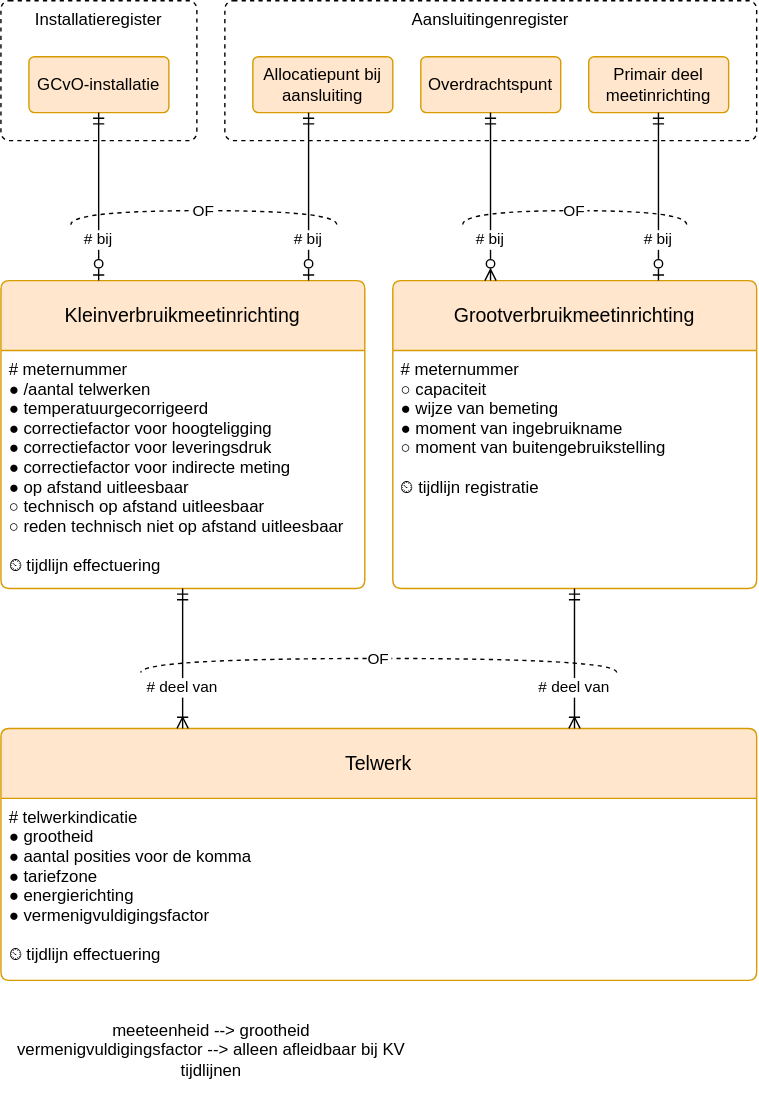
Above: registers/meetinrichtingenregister/1.4/meetinrichtingenregister.drawio.svg in Netbeheer-Nederland/stelsel (draw.io), before the change. Source tidied: cells renumbered, new cells last; positions are measured from the earlier drawing's top-left corner, leaving out a move shared by most shapes.
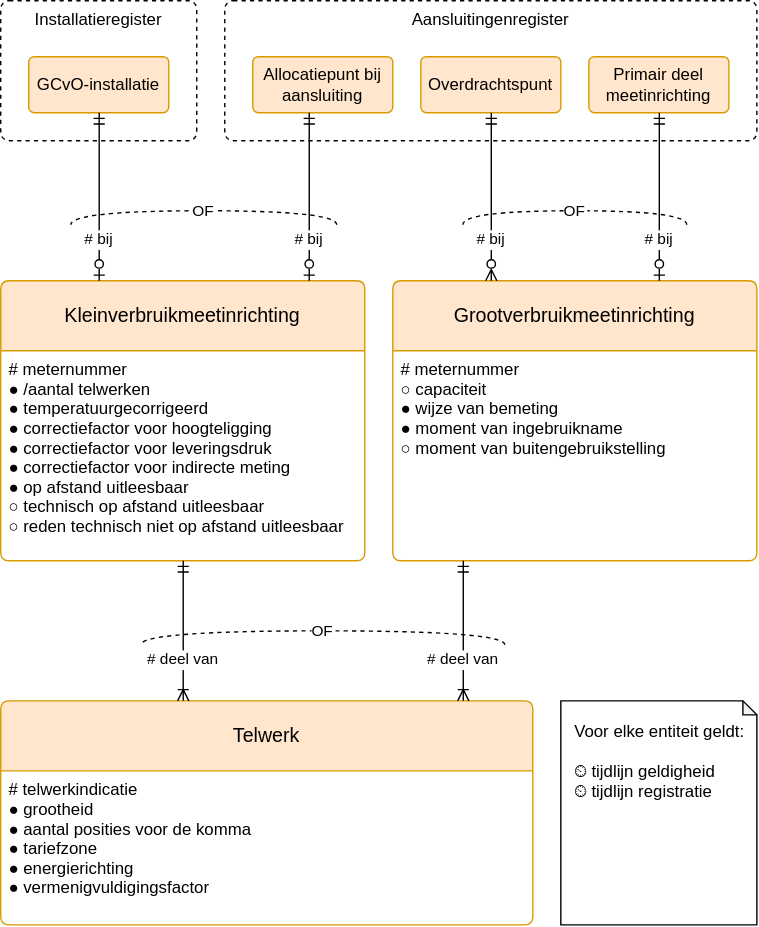
After the commit.

What changed in the source:
```diff
@@ -6,16 +6,16 @@
       <mxGeometry x="160" width="380" height="100" as="geometry" />
     </mxCell>
     <mxCell id="3" value="Kleinverbruikmeetinrichting" style="swimlane;horizontal=1;startSize=50;rounded=1;fontSize=14;fontStyle=0;strokeWidth=1;shadow=0;dashed=0;align=center;fillColor=#ffe6cc;strokeColor=#d79b00;arcSize=4;whiteSpace=wrap;" parent="1" vertex="1">
-      <mxGeometry y="200" width="260" height="220" as="geometry" />
+      <mxGeometry y="200" width="260" height="200" as="geometry" />
     </mxCell>
-    <mxCell id="4" value="# meternummer&#10;● /aantal telwerken&#10;● temperatuurgecorrigeerd&#10;● correctiefactor voor hoogteligging&#10;● correctiefactor voor leveringsdruk&#10;● correctiefactor voor indirecte meting&#10;● op afstand uitleesbaar&#10;○ technisch op afstand uitleesbaar&#10;○ reden technisch niet op afstand uitleesbaar&#10;&#10;⏲ tijdlijn effectuering" style="align=left;strokeColor=none;fillColor=none;spacingLeft=4;fontSize=12;verticalAlign=top;fontStyle=0;" parent="3" vertex="1">
-      <mxGeometry y="50" width="260" height="170" as="geometry" />
+    <mxCell id="4" value="# meternummer&#10;● /aantal telwerken&#10;● temperatuurgecorrigeerd&#10;● correctiefactor voor hoogteligging&#10;● correctiefactor voor leveringsdruk&#10;● correctiefactor voor indirecte meting&#10;● op afstand uitleesbaar&#10;○ technisch op afstand uitleesbaar&#10;○ reden technisch niet op afstand uitleesbaar" style="align=left;strokeColor=none;fillColor=none;spacingLeft=4;fontSize=12;verticalAlign=top;fontStyle=0;" parent="3" vertex="1">
+      <mxGeometry y="50" width="260" height="150" as="geometry" />
     </mxCell>
     <mxCell id="5" value="Telwerk" style="swimlane;horizontal=1;startSize=50;rounded=1;fontSize=14;fontStyle=0;strokeWidth=1;shadow=0;dashed=0;align=center;fillColor=#ffe6cc;strokeColor=#d79b00;arcSize=4;whiteSpace=wrap;" parent="1" vertex="1">
-      <mxGeometry y="520" width="540" height="180" as="geometry" />
+      <mxGeometry y="500" width="380" height="160" as="geometry" />
     </mxCell>
-    <mxCell id="6" value="# telwerkindicatie&#10;● grootheid&#10;● aantal posities voor de komma&#10;● tariefzone&#10;● energierichting&#10;● vermenigvuldigingsfactor&#10;&#10;⏲ tijdlijn effectuering" style="align=left;strokeColor=none;fillColor=none;spacingLeft=4;fontSize=12;verticalAlign=top;fontStyle=0;" parent="5" vertex="1">
-      <mxGeometry y="50" width="540" height="130" as="geometry" />
+    <mxCell id="6" value="# telwerkindicatie&#10;● grootheid&#10;● aantal posities voor de komma&#10;● tariefzone&#10;● energierichting&#10;● vermenigvuldigingsfactor" style="align=left;strokeColor=none;fillColor=none;spacingLeft=4;fontSize=12;verticalAlign=top;fontStyle=0;" parent="5" vertex="1">
+      <mxGeometry y="50" width="380" height="110" as="geometry" />
     </mxCell>
     <mxCell id="7" value="# deel van" style="fontSize=11;endArrow=ERoneToMany;startArrow=ERmandOne;rounded=0;endFill=0;fontStyle=0;align=center;startFill=0;edgeStyle=elbowEdgeStyle;" parent="1" edge="1" source="3" target="5">
       <mxGeometry x="0.4" relative="1" as="geometry" />
@@ -33,10 +33,10 @@
       <mxGeometry x="300" y="40" width="100" height="40" as="geometry" />
     </mxCell>
     <mxCell id="12" value="Grootverbruikmeetinrichting" style="swimlane;horizontal=1;startSize=50;rounded=1;fontSize=14;fontStyle=0;strokeWidth=1;shadow=0;dashed=0;align=center;fillColor=#ffe6cc;strokeColor=#d79b00;arcSize=4;whiteSpace=wrap;" parent="1" vertex="1">
-      <mxGeometry x="280" y="200" width="260" height="220" as="geometry" />
+      <mxGeometry x="280" y="200" width="260" height="200" as="geometry" />
     </mxCell>
-    <mxCell id="13" value="# meternummer&#10;○ capaciteit&#10;● wijze van bemeting&#10;● moment van ingebruikname&#10;○ moment van buitengebruikstelling&#10;&#10;⏲ tijdlijn registratie" style="align=left;strokeColor=none;fillColor=none;spacingLeft=4;fontSize=12;verticalAlign=top;fontStyle=0;" parent="12" vertex="1">
-      <mxGeometry y="50" width="260" height="170" as="geometry" />
+    <mxCell id="13" value="# meternummer&#10;○ capaciteit&#10;● wijze van bemeting&#10;● moment van ingebruikname&#10;○ moment van buitengebruikstelling" style="align=left;strokeColor=none;fillColor=none;spacingLeft=4;fontSize=12;verticalAlign=top;fontStyle=0;" parent="12" vertex="1">
+      <mxGeometry y="50" width="260" height="150" as="geometry" />
     </mxCell>
     <mxCell id="14" value="Primair deel meetinrichting" style="rounded=1;arcSize=10;whiteSpace=wrap;align=center;fillColor=#ffe6cc;strokeColor=#d79b00;" parent="1" vertex="1">
       <mxGeometry x="420" y="40" width="100" height="40" as="geometry" />
@@ -65,11 +65,11 @@
     </mxCell>
     <mxCell id="20" value="OF" style="endArrow=none;rounded=0;edgeStyle=orthogonalEdgeStyle;noJump=0;orthogonalLoop=0;orthogonal=0;dashed=1;jumpStyle=arc;jumpSize=12;curved=1;" parent="1" edge="1">
       <mxGeometry relative="1" as="geometry">
-        <mxPoint x="440" y="480" as="sourcePoint" />
-        <mxPoint x="100" y="480" as="targetPoint" />
+        <mxPoint x="360" y="460" as="sourcePoint" />
+        <mxPoint x="100" y="460" as="targetPoint" />
         <Array as="points">
-          <mxPoint x="440" y="470" />
-          <mxPoint x="100" y="470" />
+          <mxPoint x="360" y="450" />
+          <mxPoint x="100" y="450" />
         </Array>
       </mxGeometry>
     </mxCell>
@@ -86,8 +86,8 @@
         </Array>
       </mxGeometry>
     </mxCell>
-    <mxCell id="23" value="meeteenheid --&amp;gt; grootheid&lt;div&gt;vermenigvuldigingsfactor --&amp;gt; alleen afleidbaar bij KV&lt;/div&gt;&lt;div&gt;tijdlijnen&lt;/div&gt;" style="text;html=1;align=center;verticalAlign=middle;strokeColor=none;fillColor=none;" parent="1" vertex="1">
-      <mxGeometry y="720" width="300" height="60" as="geometry" />
-    </mxCell>
+    <mxCell id="24" value="Voor elke entiteit geldt:&#10;&#10;⏲ tijdlijn geldigheid&#10;⏲ tijdlijn registratie" style="shape=note;whiteSpace=wrap;backgroundOutline=1;darkOpacity=0.05;align=left;size=10;spacing=10;verticalAlign=top;" parent="1" vertex="1">
+      <mxGeometry x="400" y="500" width="140" height="160" as="geometry" />
+    </mxCell>
   </root>
 </mxGraphModel>
```
